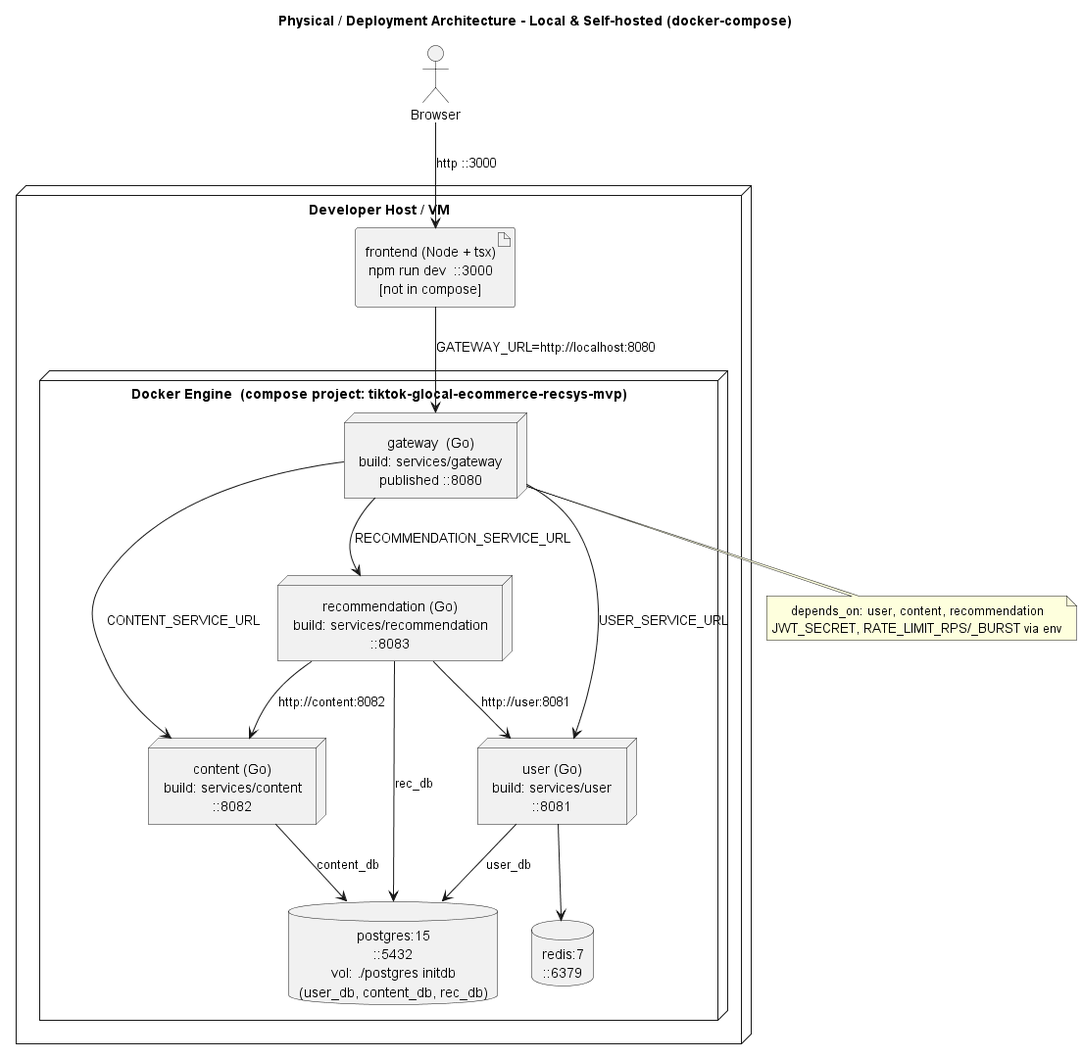
The PlantUML diagram docs/architecture/png/physical-architecture.png in wwwwtou/capstone, before a commit.
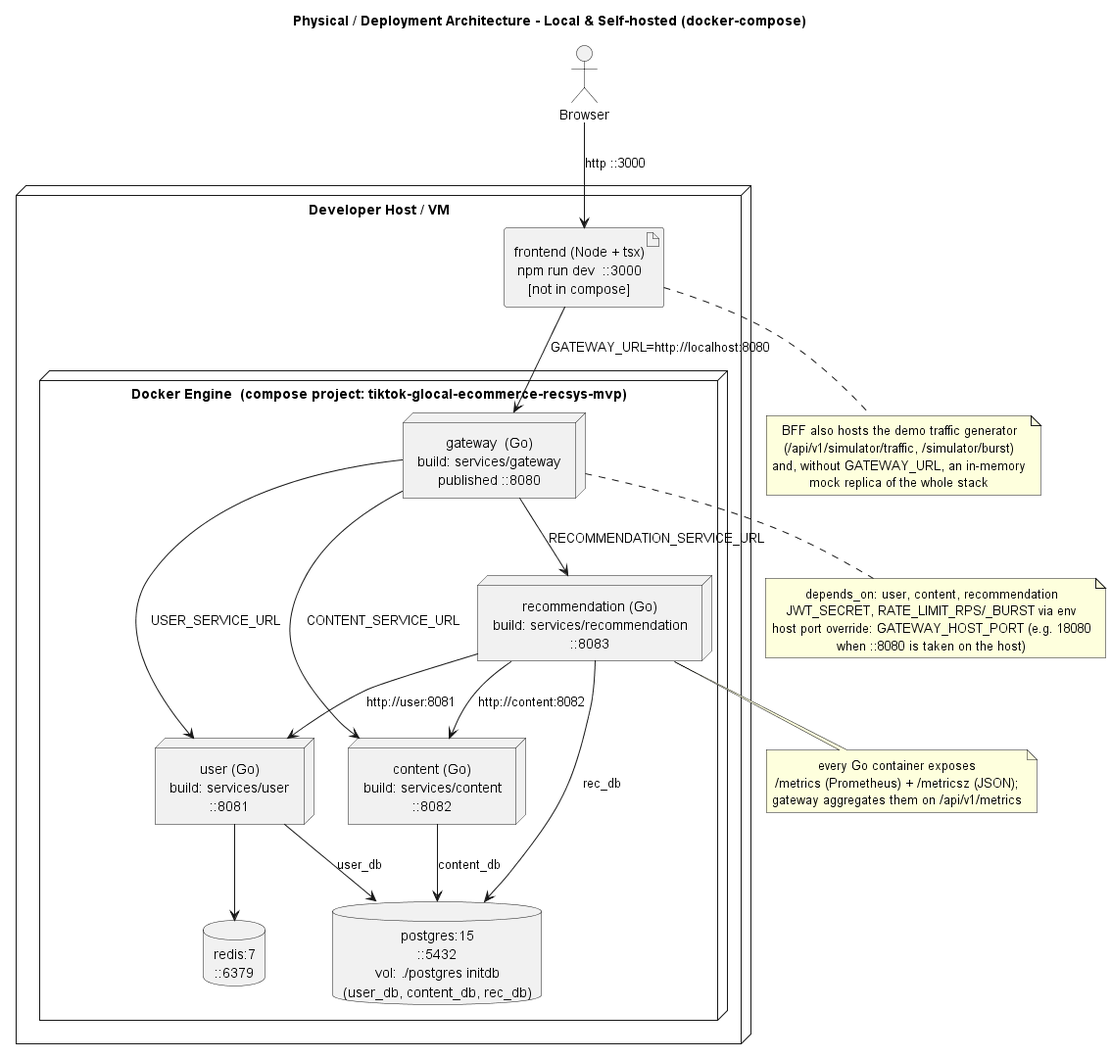
After the change.

Change to the diagram source:
```diff
@@ -39,5 +39,20 @@
 note bottom of gw
   depends_on: user, content, recommendation
   JWT_SECRET, RATE_LIMIT_RPS/_BURST via env
+  host port override: GATEWAY_HOST_PORT (e.g. 18080
+  when ::8080 is taken on the host)
+end note
+
+note bottom of fe
+  BFF also hosts the demo traffic generator
+  (/api/v1/simulator/traffic, /simulator/burst)
+  and, without GATEWAY_URL, an in-memory
+  mock replica of the whole stack
+end note
+
+note bottom of rec
+  every Go container exposes
+  /metrics (Prometheus) + /metricsz (JSON);
+  gateway aggregates them on /api/v1/metrics
 end note
 @enduml
```
